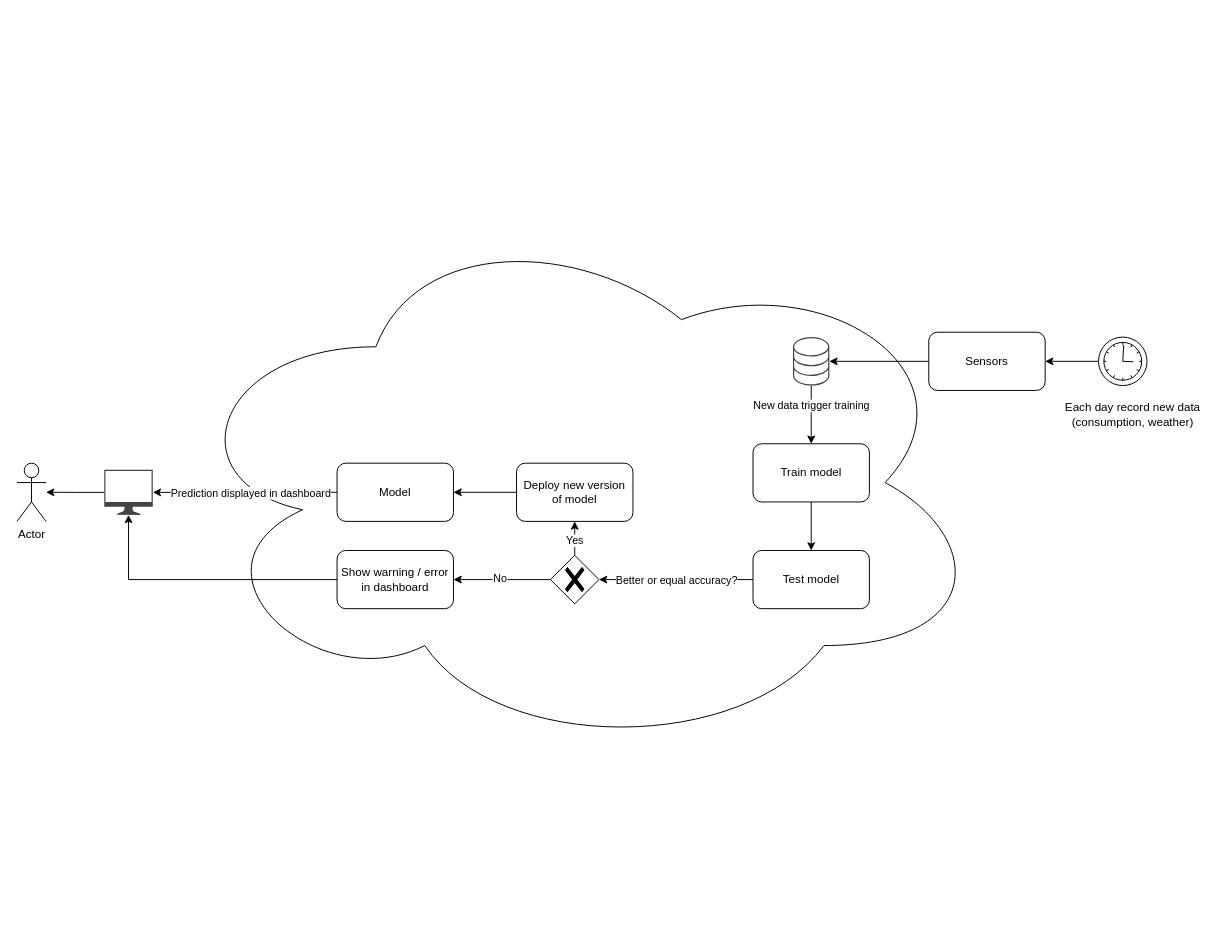
jKm00/master-courses keeps this draw.io diagram as TDT4259-applied-data-science/group-project/diagrams/system-diagram.drawio. Above is the earlier version. Source tidied: cells renumbered, new cells numbered last; positions are measured from the earlier drawing's top-left corner, leaving out a move shared by most shapes. Both pictures are drawn from the tidied source at 97%, with x=0, y=0 at pixel (16, 210).
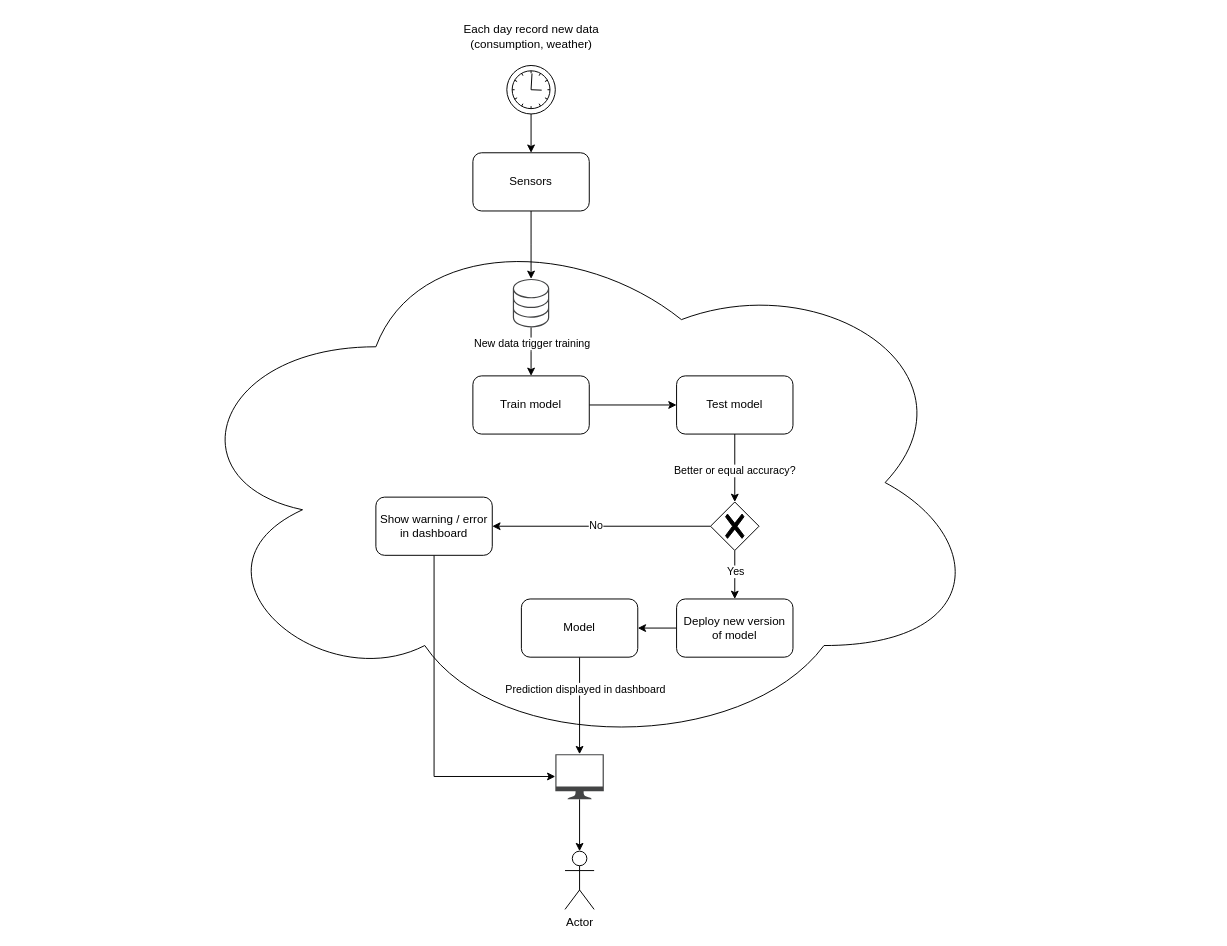
The same diagram, later.

Commit message (it also covers changes not shown here):
tdt4259: system diagram and roadmap

The change refers to these unchanged cells:
```xml
<mxCell id="9" style="edgeStyle=orthogonalEdgeStyle;rounded=0;jettySize=auto;html=1;" parent="1" edge="1" source="11" target="8">
  <mxGeometry relative="1" as="geometry" />
</mxCell>
```

The edit, as a diff of the source:
```diff
@@
     <mxCell id="3" value="Actor" style="shape=umlActor;verticalLabelPosition=bottom;verticalAlign=top;html=1;" parent="1" vertex="1">
-      <mxGeometry y="260" width="30" height="60" as="geometry" />
+      <mxGeometry x="565" y="660" width="30" height="60" as="geometry" />
     </mxCell>
@@
     <mxCell id="6" style="sketch=0;shadow=0;dashed=0;html=1;strokeColor=none;fillColor=#434445;labelPosition=center;verticalLabelPosition=bottom;verticalAlign=top;align=center;outlineConnect=0;shape=mxgraph.vvd.storage;" parent="1" vertex="1">
-      <mxGeometry x="800" y="130" width="37.5" height="50" as="geometry" />
+      <mxGeometry x="511.2" y="70" width="37.5" height="50" as="geometry" />
     </mxCell>
@@
     <mxCell id="8" style="sketch=0;shadow=0;dashed=0;html=1;strokeColor=none;fillColor=#434445;labelPosition=center;verticalLabelPosition=bottom;verticalAlign=top;align=center;outlineConnect=0;shape=mxgraph.vvd.monitor;" parent="1" vertex="1">
-      <mxGeometry x="90" y="266.8" width="50" height="46.5" as="geometry" />
+      <mxGeometry x="555" y="560" width="50" height="46.5" as="geometry" />
     </mxCell>
@@
     <mxCell id="10" value="Prediction displayed in dashboard" style="edgeLabel;html=1;align=center;verticalAlign=middle;" parent="9" vertex="1">
       <mxGeometry x="0.14" y="1" relative="1" as="geometry">
-        <mxPoint x="18" y="-1" as="offset" />
+        <mxPoint x="4" y="-25" as="offset" />
       </mxGeometry>
     </mxCell>
     <mxCell id="11" value="Model" style="rounded=1;whiteSpace=wrap;html=1;" parent="1" vertex="1">
-      <mxGeometry x="330" y="260" width="120" height="60" as="geometry" />
+      <mxGeometry x="520" y="400" width="120" height="60" as="geometry" />
     </mxCell>
@@
     <mxCell id="13" value="Sensors" style="rounded=1;whiteSpace=wrap;html=1;" parent="1" vertex="1">
-      <mxGeometry x="940" y="125" width="120" height="60" as="geometry" />
+      <mxGeometry x="470" y="-60" width="120" height="60" as="geometry" />
     </mxCell>
-    <mxCell id="14" style="edgeStyle=orthogonalEdgeStyle;rounded=0;jettySize=auto;html=1;entryX=1;entryY=0.5;entryDx=0;entryDy=0;" parent="1" edge="1" source="15" target="13">
+    <mxCell id="14" style="edgeStyle=orthogonalEdgeStyle;rounded=0;jettySize=auto;html=1;entryX=0.5;entryY=0;entryDx=0;entryDy=0;" parent="1" edge="1" source="15" target="13">
       <mxGeometry relative="1" as="geometry" />
     </mxCell>
     <mxCell id="15" style="points=[[0.145,0.145,0],[0.5,0,0],[0.855,0.145,0],[1,0.5,0],[0.855,0.855,0],[0.5,1,0],[0.145,0.855,0],[0,0.5,0]];shape=mxgraph.bpmn.event;html=1;verticalLabelPosition=bottom;labelBackgroundColor=#ffffff;verticalAlign=top;align=center;perimeter=ellipsePerimeter;outlineConnect=0;outline=standard;symbol=timer;" parent="1" vertex="1">
-      <mxGeometry x="1115" y="130" width="50" height="50" as="geometry" />
+      <mxGeometry x="505" y="-150" width="50" height="50" as="geometry" />
     </mxCell>
     <mxCell id="16" value="Each day record new data &lt;br&gt;(consumption, weather)" style="text;html=1;align=center;verticalAlign=middle;strokeColor=none;fillColor=none;" parent="1" vertex="1">
-      <mxGeometry x="1070" y="190" width="160" height="40" as="geometry" />
+      <mxGeometry x="450" y="-200" width="160" height="40" as="geometry" />
     </mxCell>
-    <mxCell id="17" style="edgeStyle=orthogonalEdgeStyle;rounded=0;jettySize=auto;html=1;entryX=0.5;entryY=1;entryDx=0;entryDy=0;" parent="1" edge="1" source="21" target="28">
+    <mxCell id="17" style="edgeStyle=orthogonalEdgeStyle;rounded=0;jettySize=auto;html=1;entryX=0.5;entryY=0;entryDx=0;entryDy=0;" parent="1" edge="1" source="21" target="28">
       <mxGeometry relative="1" as="geometry" />
     </mxCell>
     <mxCell id="18" value="Yes" style="edgeLabel;html=1;align=center;verticalAlign=middle;" parent="17" vertex="1">
-      <mxGeometry x="0.15" y="1" relative="1" as="geometry" />
+      <mxGeometry x="0.15" y="1" relative="1" as="geometry">
+        <mxPoint x="-1" y="-8" as="offset" />
+      </mxGeometry>
     </mxCell>
@@
     <mxCell id="21" style="points=[[0.25,0.25,0],[0.5,0,0],[0.75,0.25,0],[1,0.5,0],[0.75,0.75,0],[0.5,1,0],[0.25,0.75,0],[0,0.5,0]];shape=mxgraph.bpmn.gateway2;html=1;verticalLabelPosition=bottom;labelBackgroundColor=#ffffff;verticalAlign=top;align=center;perimeter=rhombusPerimeter;outlineConnect=0;outline=none;symbol=none;gwType=exclusive;" parent="1" vertex="1">
-      <mxGeometry x="550" y="355" width="50" height="50" as="geometry" />
+      <mxGeometry x="715" y="300" width="50" height="50" as="geometry" />
     </mxCell>
@@
     <mxCell id="23" value="Train model" style="rounded=1;whiteSpace=wrap;html=1;" parent="1" vertex="1">
-      <mxGeometry x="758.8" y="240" width="120" height="60" as="geometry" />
+      <mxGeometry x="470" y="170" width="120" height="60" as="geometry" />
     </mxCell>
@@
     <mxCell id="26" value="Test model" style="rounded=1;whiteSpace=wrap;html=1;" parent="1" vertex="1">
-      <mxGeometry x="758.8" y="350" width="120" height="60" as="geometry" />
+      <mxGeometry x="680" y="170" width="120" height="60" as="geometry" />
     </mxCell>
@@
     <mxCell id="28" value="Deploy new version of model" style="rounded=1;whiteSpace=wrap;html=1;" parent="1" vertex="1">
-      <mxGeometry x="515" y="260" width="120" height="60" as="geometry" />
+      <mxGeometry x="680" y="400" width="120" height="60" as="geometry" />
     </mxCell>
     <mxCell id="29" style="edgeStyle=orthogonalEdgeStyle;rounded=0;jettySize=auto;html=1;" parent="1" edge="1" source="30" target="8">
-      <mxGeometry relative="1" as="geometry" />
+      <mxGeometry relative="1" as="geometry">
+        <Array as="points">
+          <mxPoint x="430" y="583" />
+        </Array>
+      </mxGeometry>
     </mxCell>
     <mxCell id="30" value="Show warning / error in dashboard" style="rounded=1;whiteSpace=wrap;html=1;" parent="1" vertex="1">
-      <mxGeometry x="330" y="350" width="120" height="60" as="geometry" />
+      <mxGeometry x="370" y="295" width="120" height="60" as="geometry" />
     </mxCell>
```
